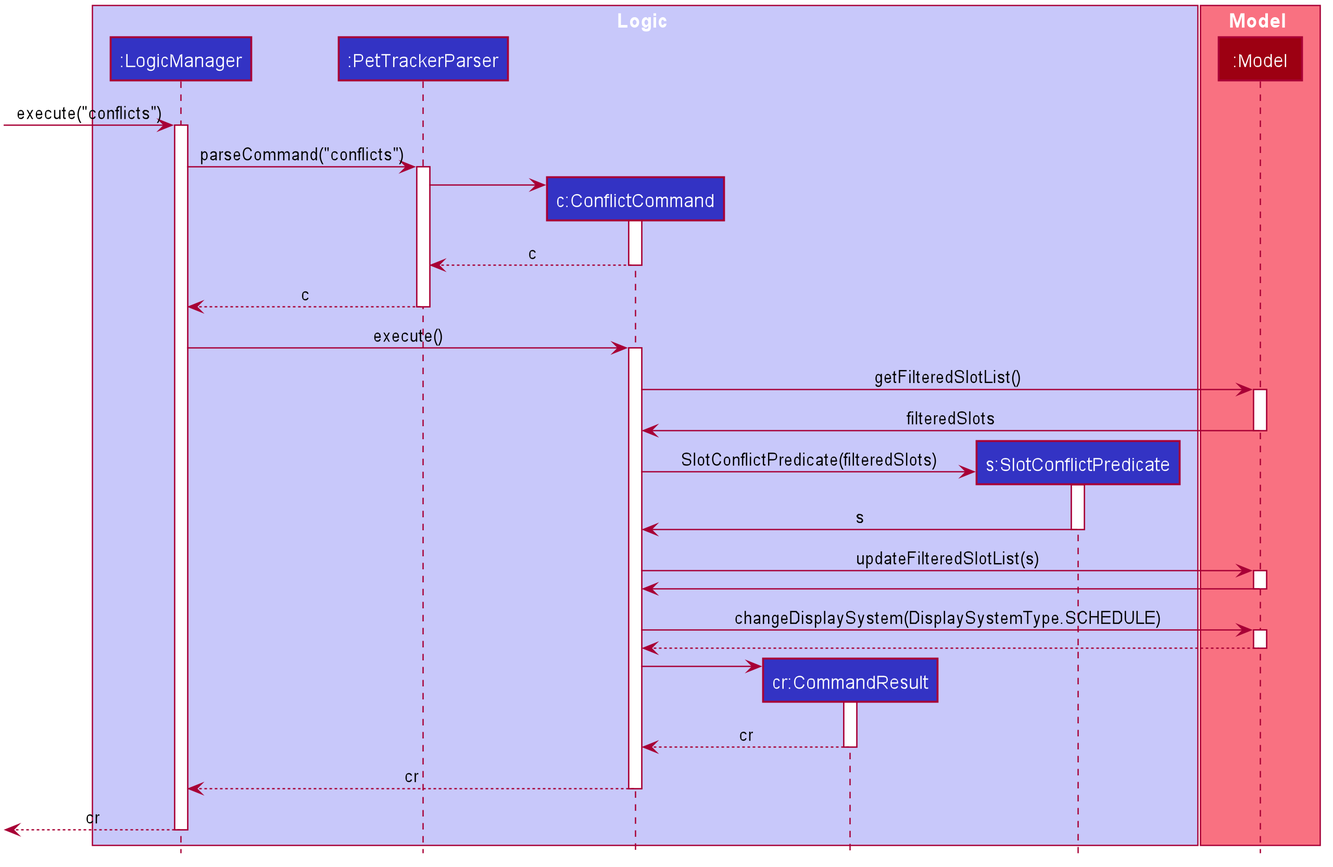
umaikaze/main keeps this PlantUML diagram as docs/images/dev-guide/ConflictSequenceDiagram.png. Above is the earlier version. Its diagram source:
```plantuml
@startuml








skinparam BackgroundColor #FFFFFFF

skinparam Shadowing false

skinparam Class {
    FontColor #FFFFFF
    BorderThickness 1
    BorderColor #FFFFFF
    StereotypeFontColor #FFFFFF
    FontName Arial
}

skinparam Actor {
    BorderColor #000000
    Color #000000
    FontName Arial
}

skinparam Sequence {
    MessageAlign center
    BoxFontSize 15
    BoxPadding 0
    BoxFontColor #FFFFFF
    FontName Arial
}

skinparam Participant {
    FontColor #FFFFFFF
    Padding 20
}

skinparam MinClassWidth 50
skinparam ParticipantPadding 10
skinparam Shadowing false
skinparam DefaultTextAlignment center
skinparam packageStyle Rectangle

hide footbox
hide members
hide circle

box Logic #C8C8FA
participant ":LogicManager" as LogicManager #3333C4
participant ":PetTrackerParser" as PetTrackerParser #3333C4
participant "c:ConflictCommand" as ConflictCommand #3333C4
participant "cr:CommandResult" as CommandResult #3333C4
participant "s:SlotConflictPredicate" as SlotConflictPredicate #3333C4
end box

box Model #F97181
participant ":Model" as Model #9D0012
end box

[-> LogicManager : execute("conflicts")
activate LogicManager

LogicManager -> PetTrackerParser : parseCommand("conflicts")
activate PetTrackerParser

create ConflictCommand
PetTrackerParser -> ConflictCommand
activate ConflictCommand

ConflictCommand --> PetTrackerParser : c
deactivate ConflictCommand

PetTrackerParser --> LogicManager : c
deactivate PetTrackerParser

LogicManager -> ConflictCommand : execute()
activate ConflictCommand

ConflictCommand -> Model : getFilteredSlotList()
activate Model

Model -> ConflictCommand : filteredSlots
deactivate Model

create SlotConflictPredicate
ConflictCommand -> SlotConflictPredicate : SlotConflictPredicate(filteredSlots)
activate SlotConflictPredicate

SlotConflictPredicate -> ConflictCommand : s
deactivate SlotConflictPredicate

ConflictCommand -> Model : updateFilteredSlotList(s)
activate Model

Model -> ConflictCommand
deactivate Model


ConflictCommand -> Model : changeDisplaySystem(DisplaySystemType.SCHEDULE)
activate Model

Model --> ConflictCommand
deactivate Model

create CommandResult
ConflictCommand -> CommandResult
activate CommandResult

CommandResult --> ConflictCommand : cr
deactivate CommandResult

ConflictCommand --> LogicManager : cr
deactivate ConflictCommand

[<--LogicManager : cr
deactivate LogicManager

@enduml
```
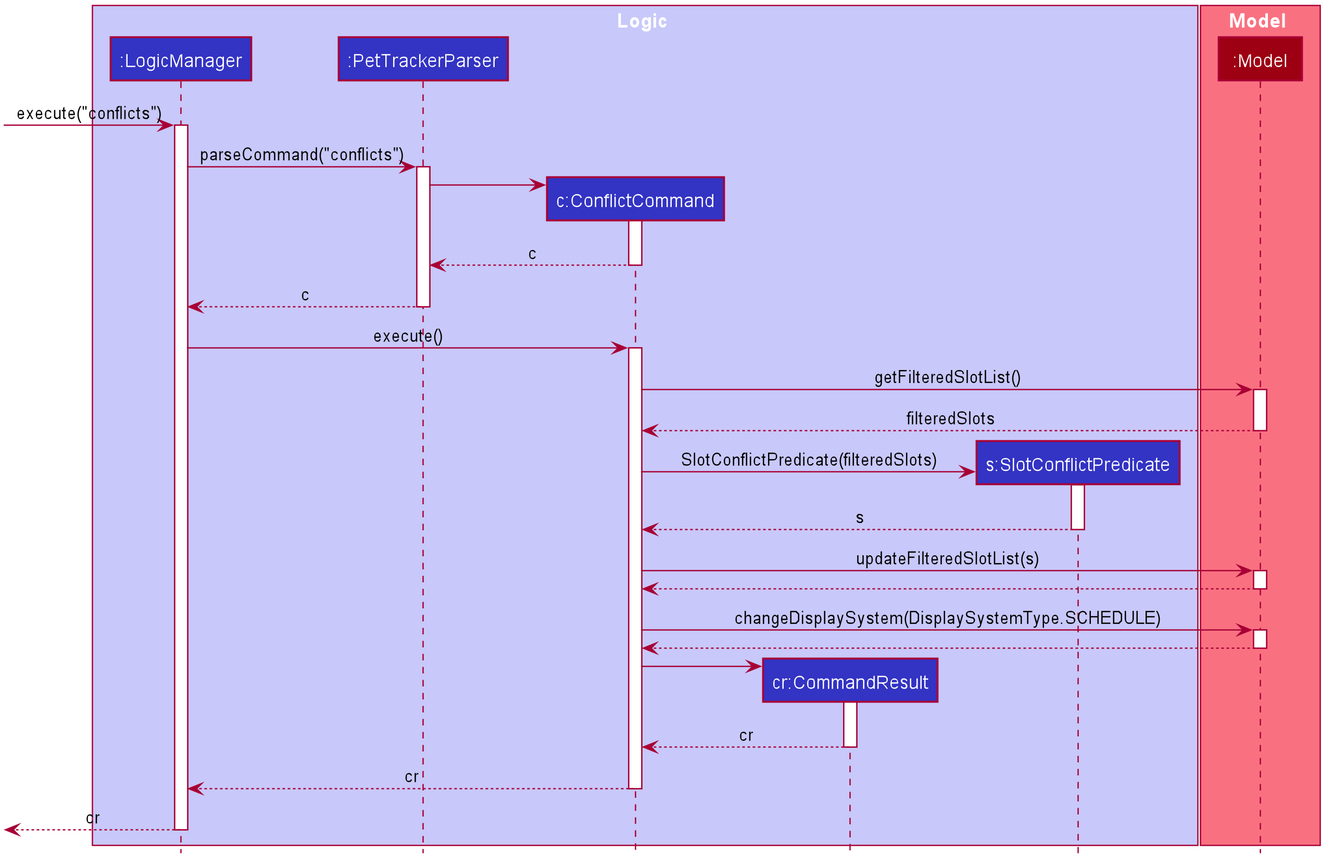
Later version of the same file.

Change to the diagram source:
```diff
@@ -1,4 +1,7 @@
 @startuml
+
+
+
 
 
 
@@ -82,20 +85,20 @@
 ConflictCommand -> Model : getFilteredSlotList()
 activate Model
 
-Model -> ConflictCommand : filteredSlots
+Model --> ConflictCommand : filteredSlots
 deactivate Model
 
 create SlotConflictPredicate
 ConflictCommand -> SlotConflictPredicate : SlotConflictPredicate(filteredSlots)
 activate SlotConflictPredicate
 
-SlotConflictPredicate -> ConflictCommand : s
+SlotConflictPredicate --> ConflictCommand : s
 deactivate SlotConflictPredicate
 
 ConflictCommand -> Model : updateFilteredSlotList(s)
 activate Model
 
-Model -> ConflictCommand
+Model --> ConflictCommand
 deactivate Model
 
 
```
